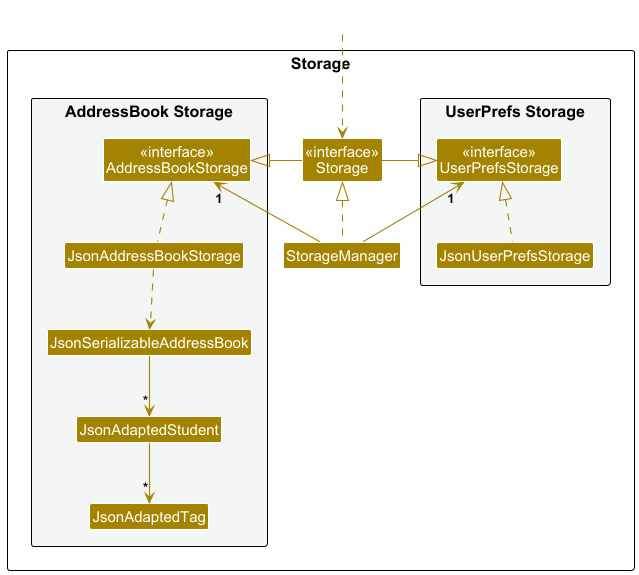
Earlier version of the PlantUML export docs/images/StorageClassDiagram.png (WhyAre/tp). Source of this version:
```plantuml
@startuml
!include style.puml
skinparam arrowThickness 1.1
skinparam arrowColor STORAGE_COLOR
skinparam classBackgroundColor STORAGE_COLOR

package Storage as StoragePackage {

package "UserPrefs Storage" #F4F6F6{
Class "<<interface>>\nUserPrefsStorage" as UserPrefsStorage
Class JsonUserPrefsStorage
}

Class "<<interface>>\nStorage" as Storage
Class StorageManager

package "AddressBook Storage" #F4F6F6{
Class "<<interface>>\nAddressBookStorage" as AddressBookStorage
Class JsonAddressBookStorage
Class JsonSerializableAddressBook
Class JsonAdaptedStudent
Class JsonAdaptedTag
}

}

Class HiddenOutside #FFFFFF
HiddenOutside ..> Storage

StorageManager .up.|> Storage
StorageManager -up-> "1" UserPrefsStorage
StorageManager -up-> "1" AddressBookStorage

Storage -left-|> UserPrefsStorage
Storage -right-|> AddressBookStorage

JsonUserPrefsStorage .up.|> UserPrefsStorage
JsonAddressBookStorage .up.|> AddressBookStorage
JsonAddressBookStorage ..> JsonSerializableAddressBook
JsonSerializableAddressBook --> "*" JsonAdaptedStudent
JsonAdaptedStudent --> "*" JsonAdaptedTag

@enduml
```
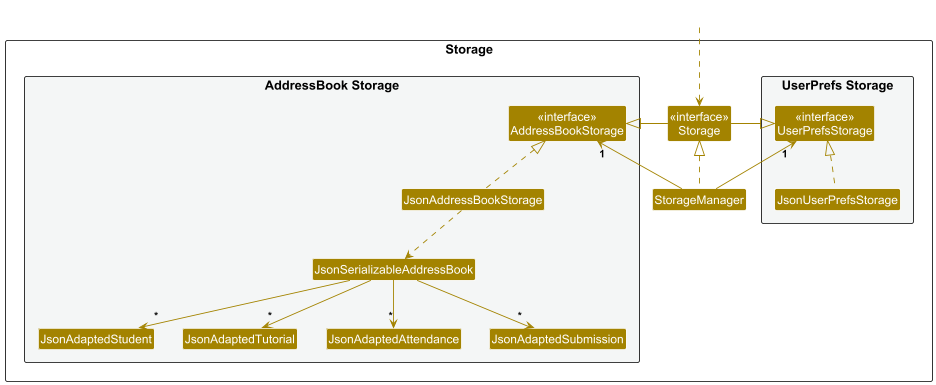
Later version of the same file.

Change to the diagram source:
```diff
@@ -19,7 +19,9 @@
 Class JsonAddressBookStorage
 Class JsonSerializableAddressBook
 Class JsonAdaptedStudent
-Class JsonAdaptedTag
+Class JsonAdaptedTutorial
+Class JsonAdaptedAttendance
+Class JsonAdaptedSubmission
 }
 
 }
@@ -38,6 +40,8 @@
 JsonAddressBookStorage .up.|> AddressBookStorage
 JsonAddressBookStorage ..> JsonSerializableAddressBook
 JsonSerializableAddressBook --> "*" JsonAdaptedStudent
-JsonAdaptedStudent --> "*" JsonAdaptedTag
+JsonSerializableAddressBook --> "*" JsonAdaptedTutorial
+JsonSerializableAddressBook --> "*" JsonAdaptedAttendance
+JsonSerializableAddressBook --> "*" JsonAdaptedSubmission
 
 @enduml
```
